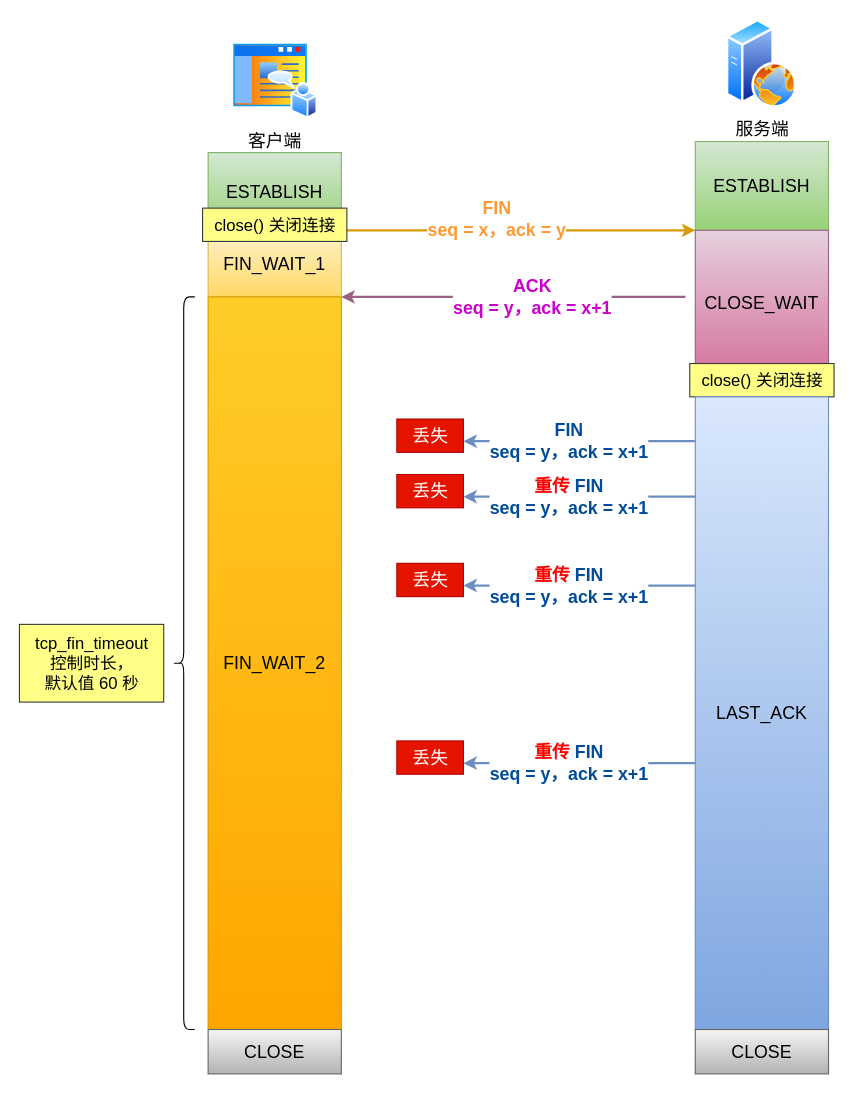
xiaolincoder/ImageHost4 keeps this draw.io diagram as 网络/第三次挥手丢失.drawio. Above is the earlier version. Source tidied: cells renumbered, new cells numbered last; positions are measured from the earlier drawing's top-left corner, leaving out a move shared by most shapes. Both pictures are drawn from the tidied source at 111%, with x=0, y=0 at pixel (19, 19).
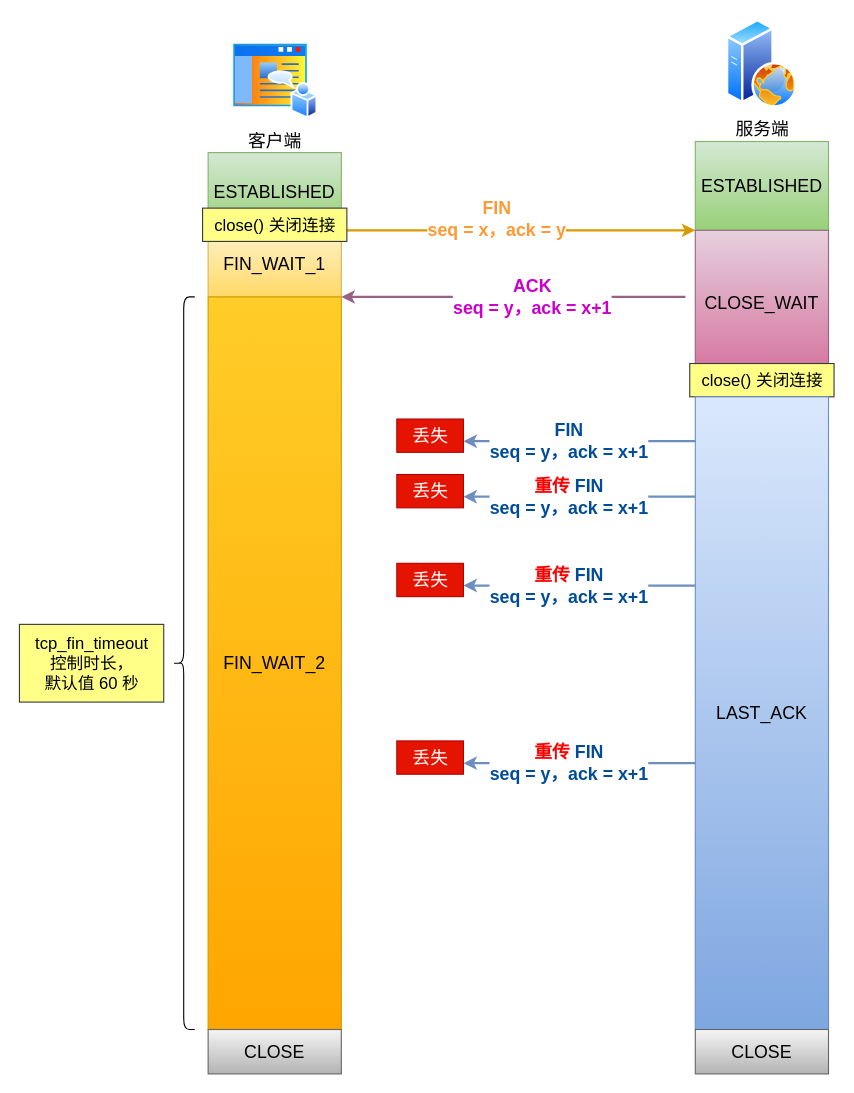
After the change.

Commit message:
更新第三次挥手丢失.drawio

The edit, as a diff of the source:
```diff
@@
-    <mxCell id="2" value="ESTABLISH" style="rounded=0;whiteSpace=wrap;html=1;fontSize=16;fillColor=#d5e8d4;strokeColor=#82b366;gradientColor=#97d077;" parent="1" vertex="1">
+    <mxCell id="2" value="ESTABLISHED" style="rounded=0;whiteSpace=wrap;html=1;fontSize=16;fillColor=#d5e8d4;strokeColor=#82b366;gradientColor=#97d077;" parent="1" vertex="1">
       <mxGeometry x="170" y="120" width="120" height="70" as="geometry" />
     </mxCell>
@@
-    <mxCell id="5" value="ESTABLISH" style="rounded=0;whiteSpace=wrap;html=1;fontSize=16;fillColor=#d5e8d4;strokeColor=#82b366;gradientColor=#97d077;" parent="1" vertex="1">
+    <mxCell id="5" value="ESTABLISHED" style="rounded=0;whiteSpace=wrap;html=1;fontSize=16;fillColor=#d5e8d4;strokeColor=#82b366;gradientColor=#97d077;" parent="1" vertex="1">
       <mxGeometry x="608.9" y="110" width="120" height="80" as="geometry" />
     </mxCell>
```
